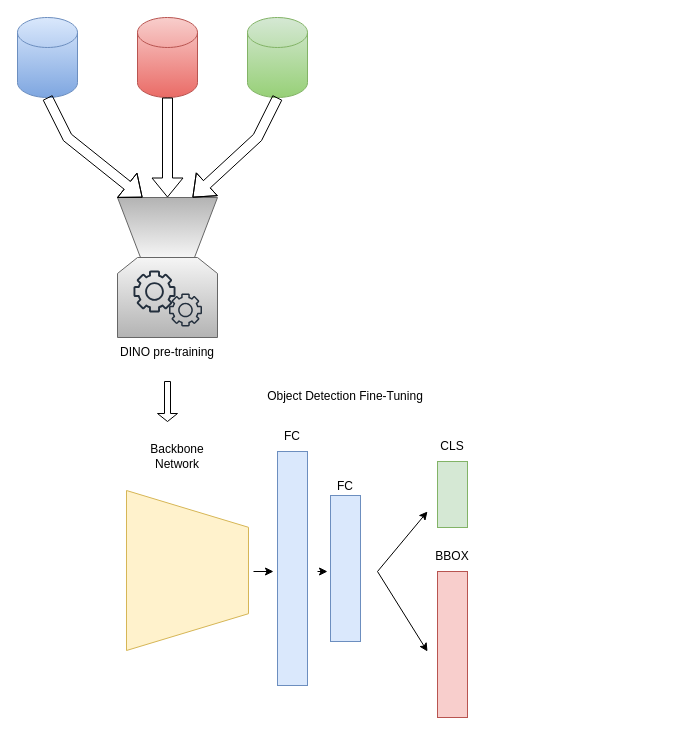
karunpr1/solo-learn keeps this draw.io diagram as docs/Untitled Diagram.drawio. Above is the earlier version. Source tidied: cells renumbered, new cells numbered last; positions are measured from the earlier drawing's top-left corner, leaving out a move shared by most shapes. Both pictures are drawn from the tidied source at 100%, with x=0, y=0 at pixel (17, 17). Pictures stored in the file or linked from it are replaced by grey dashed boxes.
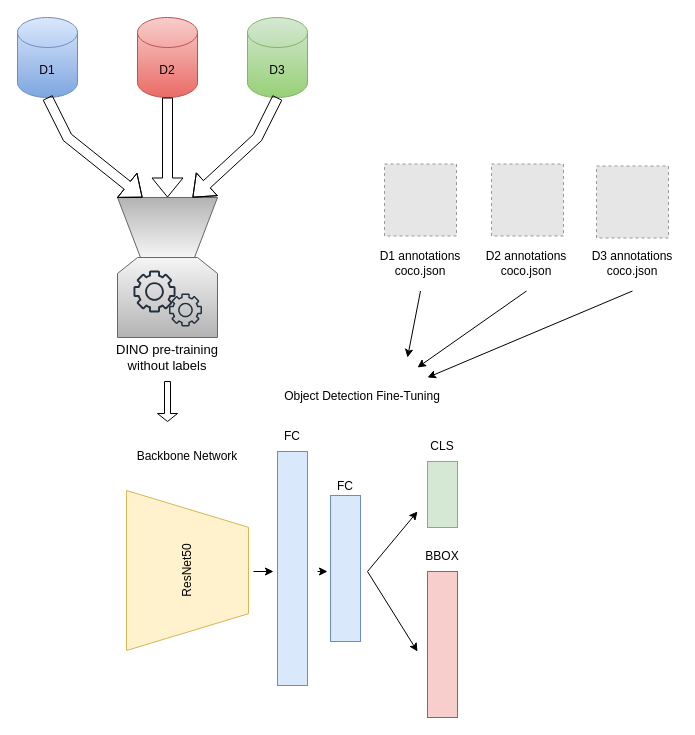
The same page after the edit.

The edit, as a diff of the source:
```diff
@@
-    <mxCell id="2" style="shape=cylinder3;whiteSpace=wrap;html=1;boundedLbl=1;backgroundOutline=1;size=15;fillColor=#dae8fc;strokeColor=#6c8ebf;gradientColor=#7ea6e0;" parent="1" vertex="1">
+    <mxCell id="2" value="D1" style="shape=cylinder3;whiteSpace=wrap;html=1;boundedLbl=1;backgroundOutline=1;size=15;fillColor=#dae8fc;strokeColor=#6c8ebf;gradientColor=#7ea6e0;" parent="1" vertex="1">
       <mxGeometry width="60" height="80" as="geometry" />
     </mxCell>
-    <mxCell id="3" style="shape=cylinder3;whiteSpace=wrap;html=1;boundedLbl=1;backgroundOutline=1;size=15;fillColor=#f8cecc;gradientColor=#ea6b66;strokeColor=#b85450;" parent="1" vertex="1">
+    <mxCell id="3" value="D2" style="shape=cylinder3;whiteSpace=wrap;html=1;boundedLbl=1;backgroundOutline=1;size=15;fillColor=#f8cecc;gradientColor=#ea6b66;strokeColor=#b85450;" parent="1" vertex="1">
       <mxGeometry x="120" width="60" height="80" as="geometry" />
     </mxCell>
-    <mxCell id="4" style="shape=cylinder3;whiteSpace=wrap;html=1;boundedLbl=1;backgroundOutline=1;size=15;fillColor=#d5e8d4;gradientColor=#97d077;strokeColor=#82b366;" parent="1" vertex="1">
+    <mxCell id="4" value="D3" style="shape=cylinder3;whiteSpace=wrap;html=1;boundedLbl=1;backgroundOutline=1;size=15;fillColor=#d5e8d4;gradientColor=#97d077;strokeColor=#82b366;" parent="1" vertex="1">
       <mxGeometry x="230" width="60" height="80" as="geometry" />
     </mxCell>
@@
-    <mxCell id="13" style="verticalLabelPosition=middle;verticalAlign=middle;html=1;shape=trapezoid;perimeter=trapezoidPerimeter;whiteSpace=wrap;size=0.23;arcSize=10;flipV=1;labelPosition=center;align=center;rotation=-90;fillColor=#fff2cc;strokeColor=#d6b656;" parent="1" vertex="1">
+    <mxCell id="13" value="ResNet50" style="verticalLabelPosition=middle;verticalAlign=middle;html=1;shape=trapezoid;perimeter=trapezoidPerimeter;whiteSpace=wrap;size=0.23;arcSize=10;flipV=1;labelPosition=center;align=center;rotation=-90;fillColor=#fff2cc;strokeColor=#d6b656;" parent="1" vertex="1">
       <mxGeometry x="90" y="492" width="160" height="122" as="geometry" />
     </mxCell>
@@
     <mxCell id="16" style="rounded=0;whiteSpace=wrap;html=1;fillColor=#f8cecc;strokeColor=#b85450;" parent="1" vertex="1">
-      <mxGeometry x="420" y="554" width="30" height="146" as="geometry" />
+      <mxGeometry x="410" y="554" width="30" height="146" as="geometry" />
     </mxCell>
     <mxCell id="17" style="rounded=0;whiteSpace=wrap;html=1;fillColor=#d5e8d4;strokeColor=#82b366;" parent="1" vertex="1">
-      <mxGeometry x="420" y="444" width="30" height="66" as="geometry" />
+      <mxGeometry x="410" y="444" width="30" height="66" as="geometry" />
     </mxCell>
@@
     <mxCell id="20" style="endArrow=classic;html=1;rounded=0;" parent="1" edge="1">
       <mxGeometry relative="1" as="geometry">
-        <mxPoint x="360" y="554" as="sourcePoint" />
-        <mxPoint x="410" y="634" as="targetPoint" />
+        <mxPoint x="350" y="554" as="sourcePoint" />
+        <mxPoint x="400" y="634" as="targetPoint" />
       </mxGeometry>
     </mxCell>
     <mxCell id="21" style="endArrow=classic;html=1;rounded=0;" parent="1" edge="1">
       <mxGeometry relative="1" as="geometry">
-        <mxPoint x="360" y="554" as="sourcePoint" />
-        <mxPoint x="410" y="494" as="targetPoint" />
+        <mxPoint x="350" y="554" as="sourcePoint" />
+        <mxPoint x="400" y="494" as="targetPoint" />
       </mxGeometry>
     </mxCell>
     <mxCell id="22" value="Backbone Network" style="text;html=1;align=center;verticalAlign=middle;whiteSpace=wrap;rounded=0;" parent="1" vertex="1">
-      <mxGeometry x="130" y="424" width="60" height="30" as="geometry" />
+      <mxGeometry x="110" y="424" width="120" height="30" as="geometry" />
     </mxCell>
@@
     <mxCell id="25" value="CLS" style="text;html=1;align=center;verticalAlign=middle;whiteSpace=wrap;rounded=0;" parent="1" vertex="1">
-      <mxGeometry x="405" y="414" width="60" height="30" as="geometry" />
+      <mxGeometry x="395" y="414" width="60" height="30" as="geometry" />
     </mxCell>
     <mxCell id="26" value="BBOX" style="text;html=1;align=center;verticalAlign=middle;whiteSpace=wrap;rounded=0;" parent="1" vertex="1">
-      <mxGeometry x="405" y="524" width="60" height="30" as="geometry" />
+      <mxGeometry x="395" y="524" width="60" height="30" as="geometry" />
     </mxCell>
     <mxCell id="27" value="Object Detection Fine-Tuning" style="text;html=1;align=center;verticalAlign=middle;whiteSpace=wrap;rounded=0;" parent="1" vertex="1">
-      <mxGeometry x="218" y="364" width="220" height="30" as="geometry" />
+      <mxGeometry x="235" y="364" width="220" height="30" as="geometry" />
     </mxCell>
-    <mxCell id="28" value="DINO pre-training" style="text;html=1;align=center;verticalAlign=middle;whiteSpace=wrap;rounded=0;" parent="1" vertex="1">
-      <mxGeometry x="100" y="320" width="100" height="30" as="geometry" />
+    <mxCell id="28" value="&lt;font style=&quot;font-size: 13px;&quot;&gt;DINO pre-training&lt;/font&gt;&lt;div style=&quot;font-size: 13px;&quot;&gt;&lt;font style=&quot;font-size: 13px;&quot;&gt;without labels&lt;/font&gt;&lt;/div&gt;" style="text;html=1;align=center;verticalAlign=middle;whiteSpace=wrap;rounded=0;" parent="1" vertex="1">
+      <mxGeometry x="90" y="315" width="120" height="50" as="geometry" />
     </mxCell>
+    <mxCell id="29" style="fillColor=#E6E6E6;strokeColor=#999999;dashed=1;html=1;verticalAlign=top;verticalLabelPosition=bottom;labelBackgroundColor=#ffffff;" parent="1" vertex="1">
+      <mxGeometry x="367" y="146.5" width="72" height="72" as="geometry" />
+    </mxCell>
+    <mxCell id="30" value="D1 annotations coco.json" style="text;html=1;align=center;verticalAlign=middle;whiteSpace=wrap;rounded=0;" parent="1" vertex="1">
+      <mxGeometry x="358" y="217.5" width="90" height="56" as="geometry" />
+    </mxCell>
+    <mxCell id="31" style="fillColor=#E6E6E6;strokeColor=#999999;dashed=1;html=1;verticalAlign=top;verticalLabelPosition=bottom;labelBackgroundColor=#ffffff;" parent="1" vertex="1">
+      <mxGeometry x="579" y="148.5" width="72" height="72" as="geometry" />
+    </mxCell>
+    <mxCell id="32" value="D3 annotations coco.json" style="text;html=1;align=center;verticalAlign=middle;whiteSpace=wrap;rounded=0;" parent="1" vertex="1">
+      <mxGeometry x="570" y="217.5" width="90" height="56" as="geometry" />
+    </mxCell>
+    <mxCell id="33" style="fillColor=#E6E6E6;strokeColor=#999999;dashed=1;html=1;verticalAlign=top;verticalLabelPosition=bottom;labelBackgroundColor=#ffffff;" parent="1" vertex="1">
+      <mxGeometry x="474" y="146.5" width="72" height="72" as="geometry" />
+    </mxCell>
+    <mxCell id="34" value="D2 annotations coco.json" style="text;html=1;align=center;verticalAlign=middle;whiteSpace=wrap;rounded=0;" parent="1" vertex="1">
+      <mxGeometry x="464" y="217.5" width="90" height="56" as="geometry" />
+    </mxCell>
+    <mxCell id="35" style="endArrow=classic;html=1;rounded=0;exitX=0.5;exitY=1;exitDx=0;exitDy=0;" parent="1" edge="1" source="30">
+      <mxGeometry relative="1" as="geometry">
+        <mxPoint x="390" y="340" as="targetPoint" />
+      </mxGeometry>
+    </mxCell>
+    <mxCell id="36" style="endArrow=classic;html=1;rounded=0;exitX=0.5;exitY=1;exitDx=0;exitDy=0;" parent="1" edge="1" source="34">
+      <mxGeometry relative="1" as="geometry">
+        <mxPoint x="400" y="350" as="targetPoint" />
+      </mxGeometry>
+    </mxCell>
+    <mxCell id="37" style="endArrow=classic;html=1;rounded=0;exitX=0.5;exitY=1;exitDx=0;exitDy=0;" parent="1" edge="1" source="32">
+      <mxGeometry relative="1" as="geometry">
+        <mxPoint x="410" y="360" as="targetPoint" />
+      </mxGeometry>
+    </mxCell>
```
